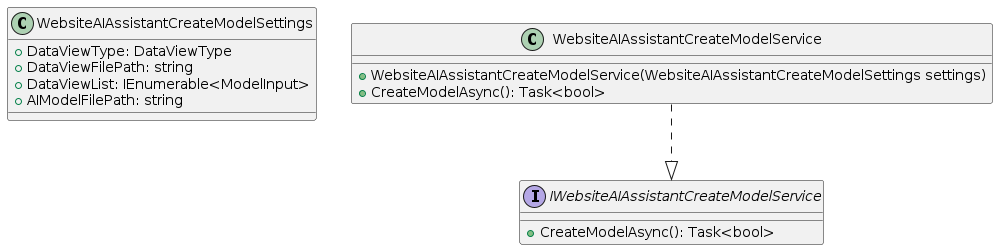
VeritasSoftware/WebsiteAIAssistant keeps this PlantUML diagram as Docs/WebsiteAIAssistantCreateModelService.png. Above is the earlier version.
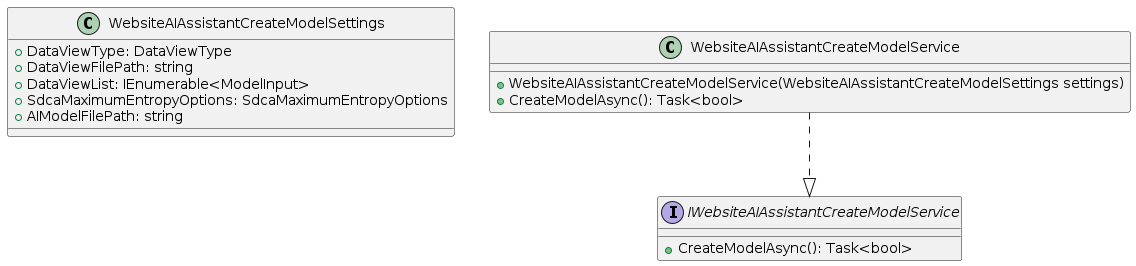
Later version of the same file.

Commit message:
updated class diagram

The edit, as a diff of the source:
```diff
@@ -4,6 +4,7 @@
   + DataViewType: DataViewType
   + DataViewFilePath: string
   + DataViewList: IEnumerable<ModelInput>
+  + SdcaMaximumEntropyOptions: SdcaMaximumEntropyOptions
   + AIModelFilePath: string
 }
 
```
